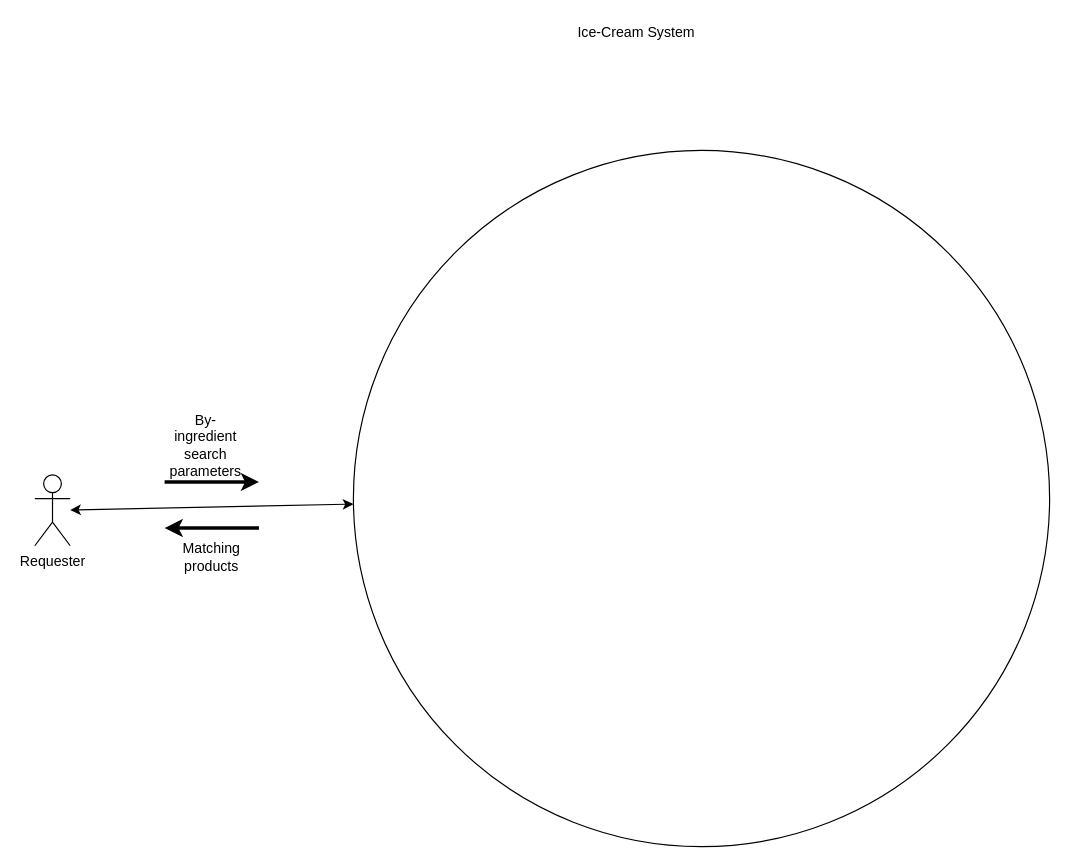
Above: System_Analysis/Ice-Cream_System.drawio in tslever/Tom_Levers_Public_Git_Repository (draw.io), before the change. Source tidied: cells renumbered, new cells numbered last; positions are measured from the earlier drawing's top-left corner, leaving out a move shared by most shapes. Both pictures are drawn from the tidied source at 118%, with x=0, y=0 at pixel (34, 20).
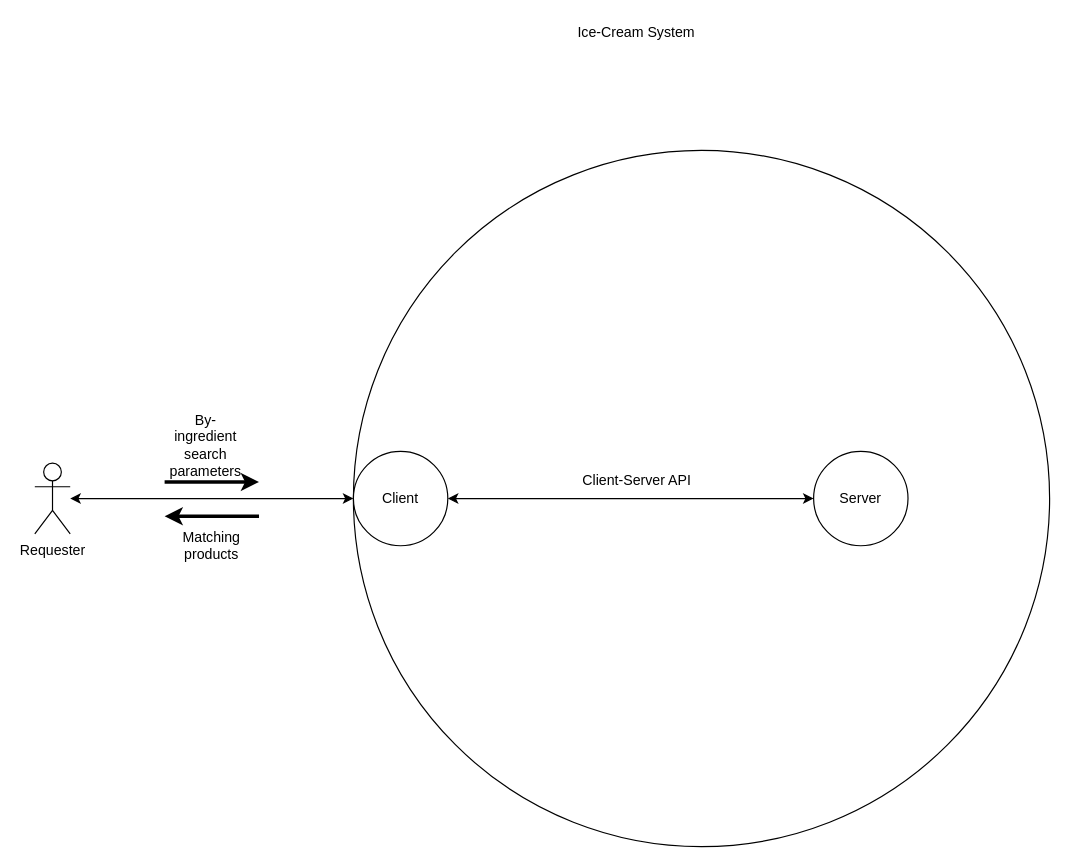
Above is the later version.

Commit message (it also covers changes not shown here):
Updated System Design and IDD

System Design includes Client-Server API, Client, and Server, and changes were made to Requester-submitted By-Ingredient search parameters and Requester-received Matching products. Changed name and content of "From Requester" in IDD and Name in "To Requester".

Unchanged cells that the change refers to:
```xml
<mxCell id="2" style="ellipse;whiteSpace=wrap;html=1;" parent="1" vertex="1">
  <mxGeometry x="270" y="110" width="590" height="590" as="geometry" />
</mxCell>
```

Change to the diagram source:
```diff
@@
     <mxCell id="4" value="Requester" style="shape=umlActor;verticalLabelPosition=bottom;verticalAlign=top;html=1;outlineConnect=0;" parent="1" vertex="1">
-      <mxGeometry y="385" width="30" height="60" as="geometry" />
+      <mxGeometry y="375" width="30" height="60" as="geometry" />
     </mxCell>
-    <mxCell id="5" style="endArrow=classic;startArrow=classic;html=1;entryX=0;entryY=0.508;entryDx=0;entryDy=0;entryPerimeter=0;" parent="1" edge="1" source="4" target="2">
+    <mxCell id="5" style="endArrow=classic;startArrow=classic;html=1;entryX=0;entryY=0.5;entryDx=0;entryDy=0;" parent="1" edge="1" source="4" target="2">
       <mxGeometry relative="1" as="geometry" />
     </mxCell>
@@
     <mxCell id="9" style="group;" parent="1" vertex="1">
-      <mxGeometry x="110" y="430" width="80" height="35" as="geometry" />
+      <mxGeometry x="110" y="420" width="80" height="35" as="geometry" />
     </mxCell>
@@
+    <mxCell id="12" style="group;" parent="1" vertex="1">
+      <mxGeometry x="270" y="365" width="80" height="80" as="geometry" />
+    </mxCell>
+    <mxCell id="13" style="ellipse;whiteSpace=wrap;html=1;" parent="12" vertex="1">
+      <mxGeometry width="80" height="80" as="geometry" />
+    </mxCell>
+    <mxCell id="14" value="Client" style="text;html=1;strokeColor=none;fillColor=none;align=center;verticalAlign=middle;whiteSpace=wrap;rounded=0;" parent="12" vertex="1">
+      <mxGeometry x="20" y="30" width="40" height="20" as="geometry" />
+    </mxCell>
+    <mxCell id="15" style="group;" parent="1" vertex="1">
+      <mxGeometry x="660" y="365" width="80" height="80" as="geometry" />
+    </mxCell>
+    <mxCell id="16" style="ellipse;whiteSpace=wrap;html=1;" parent="15" vertex="1">
+      <mxGeometry width="80" height="80" as="geometry" />
+    </mxCell>
+    <mxCell id="17" value="Server" style="text;html=1;strokeColor=none;fillColor=none;align=center;verticalAlign=middle;whiteSpace=wrap;rounded=0;" parent="15" vertex="1">
+      <mxGeometry x="20" y="30" width="40" height="20" as="geometry" />
+    </mxCell>
+    <mxCell id="18" style="endArrow=classic;startArrow=classic;html=1;exitX=1;exitY=0.5;exitDx=0;exitDy=0;entryX=0;entryY=0.5;entryDx=0;entryDy=0;" parent="1" edge="1" source="13" target="16">
+      <mxGeometry relative="1" as="geometry" />
+    </mxCell>
+    <mxCell id="19" value="Client-Server API" style="text;html=1;strokeColor=none;fillColor=none;align=center;verticalAlign=middle;whiteSpace=wrap;rounded=0;" parent="1" vertex="1">
+      <mxGeometry x="463" y="380" width="95" height="20" as="geometry" />
+    </mxCell>
```
